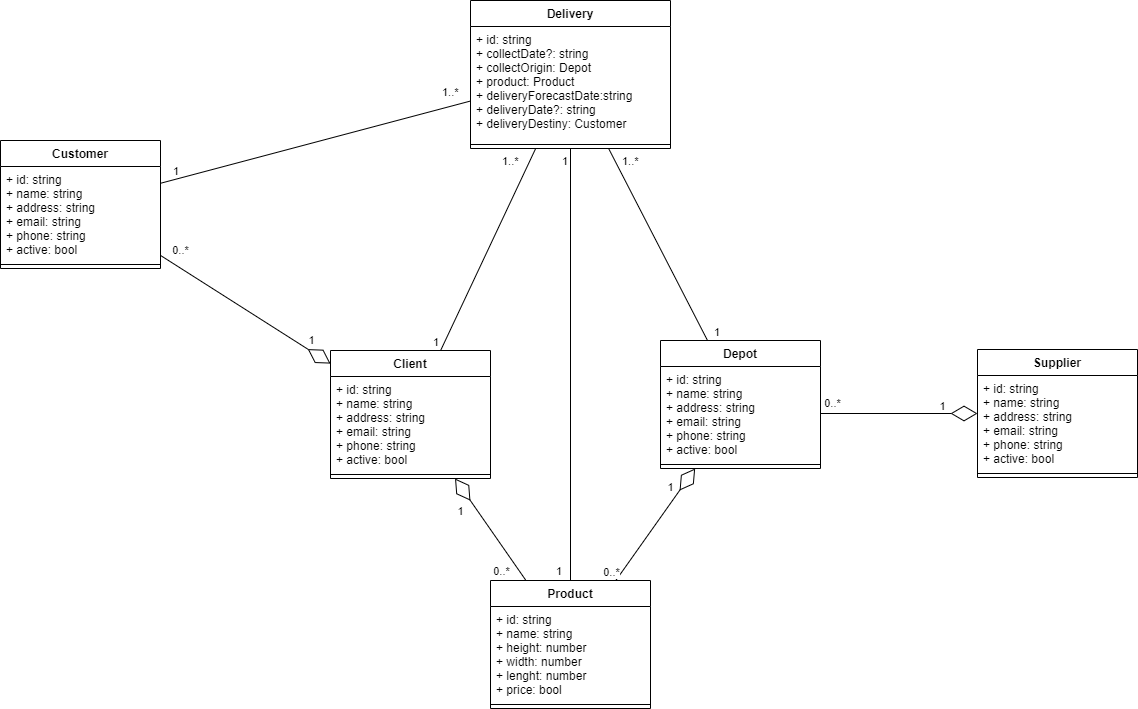
Before: project/diagrams/class-diagrams/class-persistence/png/class-persistence.png, a diagram exported from draw.io (bitols/logistics-services-management). Source tidied: cells renumbered, new cells last; positions are measured from the earlier drawing's top-left corner, leaving out a move shared by most shapes.
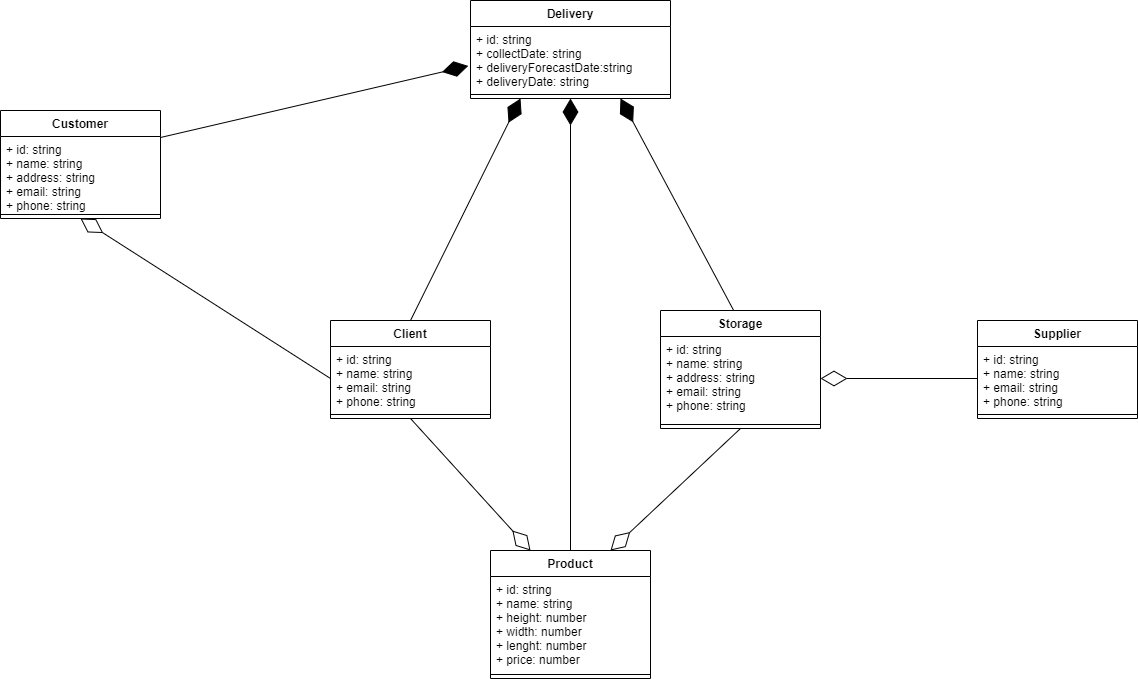
After the commit.

Change to the diagram source:
```diff
@@ -3,160 +3,82 @@
     <mxCell id="0" />
     <mxCell id="1" parent="0" />
     <mxCell id="2" value="Delivery" style="swimlane;fontStyle=1;align=center;verticalAlign=top;horizontal=1;startSize=26;" parent="1" vertex="1">
-      <mxGeometry x="470" width="200" height="148" as="geometry" />
+      <mxGeometry x="470" y="30" width="200" height="98" as="geometry" />
     </mxCell>
-    <mxCell id="3" value="+ id: string&#10;+ collectDate?: string&#10;+ collectOrigin: Depot&#10;+ product: Product&#10;+ deliveryForecastDate:string&#10;+ deliveryDate?: string&#10;+ deliveryDestiny: Customer&#10;" style="text;strokeColor=none;fillColor=none;align=left;verticalAlign=top;spacingLeft=4;spacingRight=4;overflow=hidden;points=[[0,0.5],[1,0.5]];portConstraint=eastwest;" parent="2" vertex="1">
-      <mxGeometry y="26" width="200" height="114" as="geometry" />
+    <mxCell id="3" value="+ id: string&#10;+ collectDate: string&#10;+ deliveryForecastDate:string&#10;+ deliveryDate: string&#10;" style="text;strokeColor=none;fillColor=none;align=left;verticalAlign=top;spacingLeft=4;spacingRight=4;overflow=hidden;points=[[0,0.5],[1,0.5]];portConstraint=eastwest;" parent="2" vertex="1">
+      <mxGeometry y="26" width="200" height="64" as="geometry" />
     </mxCell>
     <mxCell id="4" style="line;strokeWidth=1;fillColor=none;align=left;verticalAlign=middle;spacingTop=-1;spacingLeft=3;spacingRight=3;labelPosition=right;" parent="2" vertex="1">
-      <mxGeometry y="140" width="200" height="8" as="geometry" />
+      <mxGeometry y="90" width="200" height="8" as="geometry" />
     </mxCell>
     <mxCell id="5" value="Client" style="swimlane;fontStyle=1;align=center;verticalAlign=top;horizontal=1;startSize=26;" parent="1" vertex="1">
-      <mxGeometry x="330" y="350" width="160" height="128" as="geometry" />
+      <mxGeometry x="330" y="350" width="160" height="98" as="geometry" />
     </mxCell>
-    <mxCell id="6" value="+ id: string&#10;+ name: string&#10;+ address: string&#10;+ email: string&#10;+ phone: string&#10;+ active: bool" style="text;strokeColor=none;fillColor=none;align=left;verticalAlign=top;spacingLeft=4;spacingRight=4;overflow=hidden;points=[[0,0.5],[1,0.5]];portConstraint=eastwest;" parent="5" vertex="1">
-      <mxGeometry y="26" width="160" height="94" as="geometry" />
+    <mxCell id="6" value="+ id: string&#10;+ name: string&#10;+ email: string&#10;+ phone: string" style="text;strokeColor=none;fillColor=none;align=left;verticalAlign=top;spacingLeft=4;spacingRight=4;overflow=hidden;points=[[0,0.5],[1,0.5]];portConstraint=eastwest;" parent="5" vertex="1">
+      <mxGeometry y="26" width="160" height="64" as="geometry" />
     </mxCell>
     <mxCell id="7" style="line;strokeWidth=1;fillColor=none;align=left;verticalAlign=middle;spacingTop=-1;spacingLeft=3;spacingRight=3;labelPosition=right;" parent="5" vertex="1">
-      <mxGeometry y="120" width="160" height="8" as="geometry" />
+      <mxGeometry y="90" width="160" height="8" as="geometry" />
     </mxCell>
     <mxCell id="8" value="Customer" style="swimlane;fontStyle=1;align=center;verticalAlign=top;horizontal=1;startSize=26;" parent="1" vertex="1">
-      <mxGeometry y="140" width="160" height="128" as="geometry" />
+      <mxGeometry y="140" width="160" height="108" as="geometry" />
     </mxCell>
-    <mxCell id="9" value="+ id: string&#10;+ name: string&#10;+ address: string&#10;+ email: string&#10;+ phone: string&#10;+ active: bool" style="text;strokeColor=none;fillColor=none;align=left;verticalAlign=top;spacingLeft=4;spacingRight=4;overflow=hidden;" parent="8" vertex="1">
-      <mxGeometry y="26" width="160" height="94" as="geometry" />
+    <mxCell id="9" value="+ id: string&#10;+ name: string&#10;+ address: string&#10;+ email: string&#10;+ phone: string" style="text;strokeColor=none;fillColor=none;align=left;verticalAlign=top;spacingLeft=4;spacingRight=4;overflow=hidden;" parent="8" vertex="1">
+      <mxGeometry y="26" width="160" height="74" as="geometry" />
     </mxCell>
     <mxCell id="10" style="line;strokeWidth=1;fillColor=none;align=left;verticalAlign=middle;spacingTop=-1;spacingLeft=3;spacingRight=3;labelPosition=right;" parent="8" vertex="1">
-      <mxGeometry y="120" width="160" height="8" as="geometry" />
+      <mxGeometry y="100" width="160" height="8" as="geometry" />
     </mxCell>
-    <mxCell id="11" value="Depot" style="swimlane;fontStyle=1;align=center;verticalAlign=top;horizontal=1;startSize=26;" parent="1" vertex="1">
-      <mxGeometry x="660" y="340" width="160" height="128" as="geometry" />
+    <mxCell id="11" value="Storage" style="swimlane;fontStyle=1;align=center;verticalAlign=top;horizontal=1;startSize=26;" parent="1" vertex="1">
+      <mxGeometry x="660" y="340" width="160" height="118" as="geometry" />
     </mxCell>
-    <mxCell id="12" value="+ id: string&#10;+ name: string&#10;+ address: string&#10;+ email: string&#10;+ phone: string&#10;+ active: bool" style="text;strokeColor=none;fillColor=none;align=left;verticalAlign=top;spacingLeft=4;spacingRight=4;overflow=hidden;points=[[0,0.5],[1,0.5]];portConstraint=eastwest;" parent="11" vertex="1">
-      <mxGeometry y="26" width="160" height="94" as="geometry" />
+    <mxCell id="12" value="+ id: string&#10;+ name: string&#10;+ address: string&#10;+ email: string&#10;+ phone: string" style="text;strokeColor=none;fillColor=none;align=left;verticalAlign=top;spacingLeft=4;spacingRight=4;overflow=hidden;points=[[0,0.5],[1,0.5]];portConstraint=eastwest;" parent="11" vertex="1">
+      <mxGeometry y="26" width="160" height="84" as="geometry" />
     </mxCell>
     <mxCell id="13" style="line;strokeWidth=1;fillColor=none;align=left;verticalAlign=middle;spacingTop=-1;spacingLeft=3;spacingRight=3;labelPosition=right;" parent="11" vertex="1">
-      <mxGeometry y="120" width="160" height="8" as="geometry" />
+      <mxGeometry y="110" width="160" height="8" as="geometry" />
     </mxCell>
     <mxCell id="14" value="Supplier" style="swimlane;fontStyle=1;align=center;verticalAlign=top;horizontal=1;startSize=26;" parent="1" vertex="1">
-      <mxGeometry x="977" y="349" width="160" height="128" as="geometry" />
+      <mxGeometry x="977" y="350" width="160" height="98" as="geometry" />
     </mxCell>
-    <mxCell id="15" value="+ id: string&#10;+ name: string&#10;+ address: string&#10;+ email: string&#10;+ phone: string&#10;+ active: bool" style="text;strokeColor=none;fillColor=none;align=left;verticalAlign=top;spacingLeft=4;spacingRight=4;overflow=hidden;points=[[0,0.5],[1,0.5]];portConstraint=eastwest;" parent="14" vertex="1">
-      <mxGeometry y="26" width="160" height="94" as="geometry" />
+    <mxCell id="15" value="+ id: string&#10;+ name: string&#10;+ email: string&#10;+ phone: string" style="text;strokeColor=none;fillColor=none;align=left;verticalAlign=top;spacingLeft=4;spacingRight=4;overflow=hidden;points=[[0,0.5],[1,0.5]];portConstraint=eastwest;" parent="14" vertex="1">
+      <mxGeometry y="26" width="160" height="64" as="geometry" />
     </mxCell>
     <mxCell id="16" style="line;strokeWidth=1;fillColor=none;align=left;verticalAlign=middle;spacingTop=-1;spacingLeft=3;spacingRight=3;labelPosition=right;" parent="14" vertex="1">
-      <mxGeometry y="120" width="160" height="8" as="geometry" />
+      <mxGeometry y="90" width="160" height="8" as="geometry" />
     </mxCell>
     <mxCell id="17" value="Product" style="swimlane;fontStyle=1;align=center;verticalAlign=top;horizontal=1;startSize=26;" parent="1" vertex="1">
       <mxGeometry x="490" y="580" width="160" height="128" as="geometry" />
     </mxCell>
-    <mxCell id="18" value="+ id: string&#10;+ name: string&#10;+ height: number&#10;+ width: number&#10;+ lenght: number&#10;+ price: bool" style="text;strokeColor=none;fillColor=none;align=left;verticalAlign=top;spacingLeft=4;spacingRight=4;overflow=hidden;" parent="17" vertex="1">
+    <mxCell id="18" value="+ id: string&#10;+ name: string&#10;+ height: number&#10;+ width: number&#10;+ lenght: number&#10;+ price: number" style="text;strokeColor=none;fillColor=none;align=left;verticalAlign=top;spacingLeft=4;spacingRight=4;overflow=hidden;" parent="17" vertex="1">
       <mxGeometry y="26" width="160" height="94" as="geometry" />
     </mxCell>
     <mxCell id="19" style="line;strokeWidth=1;fillColor=none;align=left;verticalAlign=middle;spacingTop=-1;spacingLeft=3;spacingRight=3;labelPosition=right;" parent="17" vertex="1">
       <mxGeometry y="120" width="160" height="8" as="geometry" />
     </mxCell>
-    <mxCell id="20" style="endArrow=diamondThin;endFill=0;endSize=24;html=1;rounded=0;" parent="1" edge="1" source="8" target="5">
-      <mxGeometry relative="1" as="geometry" />
-    </mxCell>
-    <mxCell id="21" value="0..*" style="edgeLabel;html=1;align=center;verticalAlign=middle;" parent="20" vertex="1">
-      <mxGeometry x="-0.92" relative="1" as="geometry">
-        <mxPoint x="13" y="-9" as="offset" />
-      </mxGeometry>
-    </mxCell>
-    <mxCell id="22" value="1" style="edgeLabel;html=1;align=center;verticalAlign=middle;" parent="20" vertex="1">
-      <mxGeometry x="0.68" y="1" relative="1" as="geometry">
-        <mxPoint x="7" y="-5" as="offset" />
-      </mxGeometry>
-    </mxCell>
-    <mxCell id="23" style="endArrow=diamondThin;endFill=0;endSize=24;html=1;rounded=0;" parent="1" edge="1" source="12" target="14">
-      <mxGeometry relative="1" as="geometry" />
-    </mxCell>
-    <mxCell id="24" value="1" style="edgeLabel;html=1;align=center;verticalAlign=middle;" parent="23" vertex="1">
-      <mxGeometry x="0.68" y="4" relative="1" as="geometry">
-        <mxPoint x="-11" y="-3" as="offset" />
-      </mxGeometry>
-    </mxCell>
-    <mxCell id="25" value="0..*" style="edgeLabel;html=1;align=center;verticalAlign=middle;" parent="23" vertex="1">
-      <mxGeometry x="-0.85" y="-1" relative="1" as="geometry">
-        <mxPoint y="-11" as="offset" />
-      </mxGeometry>
-    </mxCell>
-    <mxCell id="26" style="endArrow=diamondThin;endFill=0;endSize=24;html=1;rounded=0;" parent="1" edge="1" source="17" target="5">
-      <mxGeometry relative="1" as="geometry" />
-    </mxCell>
-    <mxCell id="27" value="0..*" style="edgeLabel;html=1;align=center;verticalAlign=middle;" parent="26" vertex="1">
-      <mxGeometry x="-0.74" y="1" relative="1" as="geometry">
-        <mxPoint x="-15" y="3" as="offset" />
-      </mxGeometry>
-    </mxCell>
-    <mxCell id="28" value="1" style="edgeLabel;html=1;align=center;verticalAlign=middle;" parent="26" vertex="1">
-      <mxGeometry x="0.66" y="7" relative="1" as="geometry">
-        <mxPoint x="-1" y="11" as="offset" />
-      </mxGeometry>
-    </mxCell>
-    <mxCell id="29" style="endArrow=diamondThin;endFill=0;endSize=24;html=1;rounded=0;" parent="1" edge="1" source="17" target="11">
-      <mxGeometry relative="1" as="geometry" />
-    </mxCell>
-    <mxCell id="30" value="0..*" style="edgeLabel;html=1;align=center;verticalAlign=middle;" parent="29" vertex="1">
-      <mxGeometry x="-0.84" relative="1" as="geometry">
-        <mxPoint x="-11" as="offset" />
-      </mxGeometry>
-    </mxCell>
-    <mxCell id="31" value="1" style="edgeLabel;html=1;align=center;verticalAlign=middle;" parent="29" vertex="1">
-      <mxGeometry x="0.79" y="-10" relative="1" as="geometry">
-        <mxPoint x="-25" y="1" as="offset" />
-      </mxGeometry>
-    </mxCell>
-    <mxCell id="32" style="endArrow=none;html=1;rounded=0;" parent="1" edge="1" source="2" target="8">
-      <mxGeometry relative="1" as="geometry" />
-    </mxCell>
-    <mxCell id="33" value="1..*" style="edgeLabel;html=1;align=left;verticalAlign=bottom;" parent="32" vertex="1">
-      <mxGeometry x="-1" relative="1" as="geometry">
-        <mxPoint x="-30" as="offset" />
-      </mxGeometry>
-    </mxCell>
-    <mxCell id="34" value="1" style="edgeLabel;html=1;align=right;verticalAlign=bottom;" parent="32" vertex="1">
-      <mxGeometry x="1" relative="1" as="geometry">
-        <mxPoint x="20" y="-3" as="offset" />
-      </mxGeometry>
-    </mxCell>
-    <mxCell id="35" style="endArrow=none;html=1;rounded=0;" parent="1" edge="1" source="2" target="5">
-      <mxGeometry relative="1" as="geometry" />
-    </mxCell>
-    <mxCell id="36" value="1..*" style="edgeLabel;html=1;align=left;verticalAlign=bottom;" parent="35" vertex="1">
-      <mxGeometry x="-1" relative="1" as="geometry">
-        <mxPoint x="-35" y="22" as="offset" />
-      </mxGeometry>
-    </mxCell>
-    <mxCell id="37" value="1" style="edgeLabel;html=1;align=right;verticalAlign=bottom;" parent="35" vertex="1">
-      <mxGeometry x="1" relative="1" as="geometry" />
-    </mxCell>
-    <mxCell id="38" style="endArrow=none;html=1;rounded=0;" parent="1" edge="1" source="2" target="11">
-      <mxGeometry relative="1" as="geometry" />
-    </mxCell>
-    <mxCell id="39" value="1..*" style="edgeLabel;html=1;align=left;verticalAlign=bottom;" parent="38" vertex="1">
-      <mxGeometry x="-1" relative="1" as="geometry">
-        <mxPoint x="12" y="22" as="offset" />
-      </mxGeometry>
-    </mxCell>
-    <mxCell id="40" value="1" style="edgeLabel;html=1;align=right;verticalAlign=bottom;" parent="38" vertex="1">
-      <mxGeometry x="1" relative="1" as="geometry">
-        <mxPoint x="13" as="offset" />
-      </mxGeometry>
-    </mxCell>
-    <mxCell id="41" style="endArrow=none;html=1;edgeStyle=orthogonalEdgeStyle;rounded=0;" parent="1" edge="1" source="2" target="17">
-      <mxGeometry relative="1" as="geometry" />
-    </mxCell>
-    <mxCell id="42" value="1" style="edgeLabel;html=1;align=left;verticalAlign=bottom;" parent="41" vertex="1">
-      <mxGeometry x="-1" relative="1" as="geometry">
-        <mxPoint x="-10" y="22" as="offset" />
-      </mxGeometry>
-    </mxCell>
-    <mxCell id="43" value="1" style="edgeLabel;html=1;align=right;verticalAlign=bottom;" parent="41" vertex="1">
-      <mxGeometry x="1" relative="1" as="geometry">
-        <mxPoint x="-7" as="offset" />
-      </mxGeometry>
-    </mxCell>
+    <mxCell id="44" style="endArrow=diamondThin;endFill=0;endSize=24;html=1;rounded=0;entryX=1;entryY=0.5;entryDx=0;entryDy=0;" parent="1" edge="1" source="15" target="12">
+      <mxGeometry relative="1" as="geometry" />
+    </mxCell>
+    <mxCell id="45" style="endArrow=diamondThin;endFill=0;endSize=24;html=1;rounded=0;entryX=0.75;entryY=0;entryDx=0;entryDy=0;exitX=0.5;exitY=1;exitDx=0;exitDy=0;" parent="1" edge="1" source="11" target="17">
+      <mxGeometry relative="1" as="geometry" />
+    </mxCell>
+    <mxCell id="46" style="endArrow=diamondThin;endFill=0;endSize=24;html=1;rounded=0;entryX=0.25;entryY=0;entryDx=0;entryDy=0;exitX=0.5;exitY=1;exitDx=0;exitDy=0;" parent="1" edge="1" source="5" target="17">
+      <mxGeometry relative="1" as="geometry" />
+    </mxCell>
+    <mxCell id="47" style="endArrow=diamondThin;endFill=0;endSize=24;html=1;rounded=0;exitX=0;exitY=0.5;exitDx=0;exitDy=0;entryX=0.5;entryY=1;entryDx=0;entryDy=0;" parent="1" edge="1" source="6" target="8">
+      <mxGeometry relative="1" as="geometry" />
+    </mxCell>
+    <mxCell id="48" style="endArrow=diamondThin;endFill=1;endSize=24;html=1;rounded=0;entryX=0.5;entryY=1;entryDx=0;entryDy=0;exitX=0.5;exitY=0;exitDx=0;exitDy=0;" parent="1" edge="1" source="17" target="2">
+      <mxGeometry relative="1" as="geometry" />
+    </mxCell>
+    <mxCell id="49" style="endArrow=diamondThin;endFill=1;endSize=24;html=1;rounded=0;entryX=-0.011;entryY=0.616;entryDx=0;entryDy=0;exitX=1;exitY=0.25;exitDx=0;exitDy=0;entryPerimeter=0;" parent="1" edge="1" source="8" target="3">
+      <mxGeometry relative="1" as="geometry" />
+    </mxCell>
+    <mxCell id="50" style="endArrow=diamondThin;endFill=1;endSize=24;html=1;rounded=0;entryX=0.25;entryY=1;entryDx=0;entryDy=0;exitX=0.5;exitY=0;exitDx=0;exitDy=0;" parent="1" edge="1" source="5" target="2">
+      <mxGeometry relative="1" as="geometry" />
+    </mxCell>
+    <mxCell id="51" style="endArrow=diamondThin;endFill=1;endSize=24;html=1;rounded=0;entryX=0.75;entryY=1;entryDx=0;entryDy=0;exitX=0.457;exitY=-0.001;exitDx=0;exitDy=0;exitPerimeter=0;" parent="1" edge="1" source="11" target="2">
+      <mxGeometry relative="1" as="geometry" />
+    </mxCell>
   </root>
 </mxGraphModel>
```
